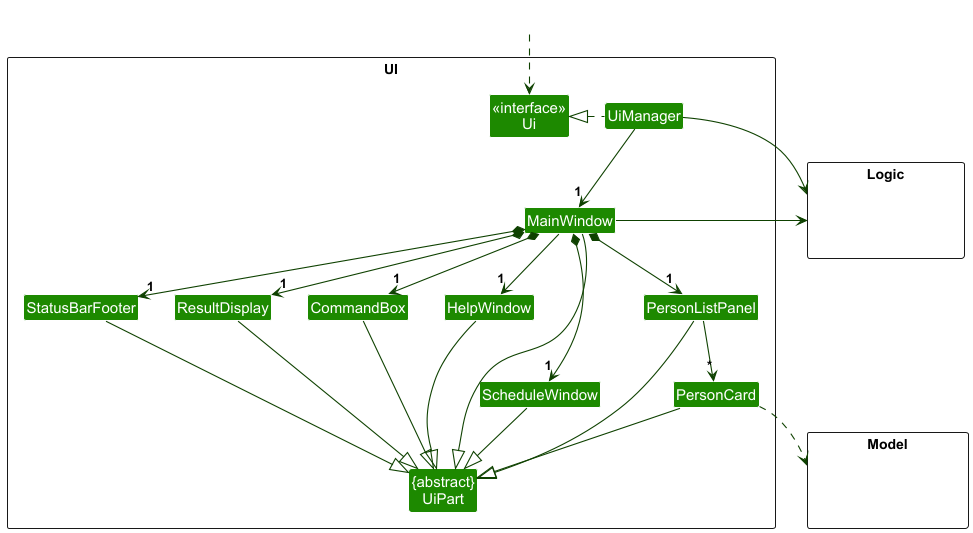
Before: docs/images/UiClassDiagram.png, a diagram exported from PlantUML (AY2526S1-CS2103T-T14-1/tp). Its diagram source:
```plantuml
@startuml
!include style.puml
skinparam arrowThickness 1.1
skinparam arrowColor UI_COLOR_T4
skinparam classBackgroundColor UI_COLOR

package UI <<Rectangle>>{
Class "<<interface>>\nUi" as Ui
Class "{abstract}\nUiPart" as UiPart
Class UiManager
Class MainWindow
Class HelpWindow
Class ScheduleWindow
Class ResultDisplay
Class PersonListPanel
Class PersonCard
Class StatusBarFooter
Class CommandBox
}

package Model <<Rectangle>> {
Class HiddenModel #FFFFFF
}

package Logic <<Rectangle>> {
Class HiddenLogic #FFFFFF
}

Class HiddenOutside #FFFFFF
HiddenOutside ..> Ui

UiManager .left.|> Ui
UiManager -down-> "1" MainWindow
MainWindow *-down->  "1" CommandBox
MainWindow *-down-> "1" ResultDisplay
MainWindow *-down-> "1" PersonListPanel
MainWindow *-down-> "1" StatusBarFooter
MainWindow *-down-> "1" ScheduleWindow
MainWindow --> "1" HelpWindow

PersonListPanel -down-> "*" PersonCard

MainWindow -left-|> UiPart

ResultDisplay --|> UiPart
CommandBox --|> UiPart
PersonListPanel --|> UiPart
PersonCard --|> UiPart
StatusBarFooter --|> UiPart
HelpWindow --|> UiPart
ScheduleWindow --|> UiPart

PersonCard ..> Model
UiManager -right-> Logic
MainWindow -left-> Logic

PersonListPanel -[hidden]left- HelpWindow
HelpWindow -[hidden]left- CommandBox
CommandBox -[hidden]left- ResultDisplay
ResultDisplay -[hidden]left- StatusBarFooter

MainWindow -[hidden]-|> UiPart
@enduml
```
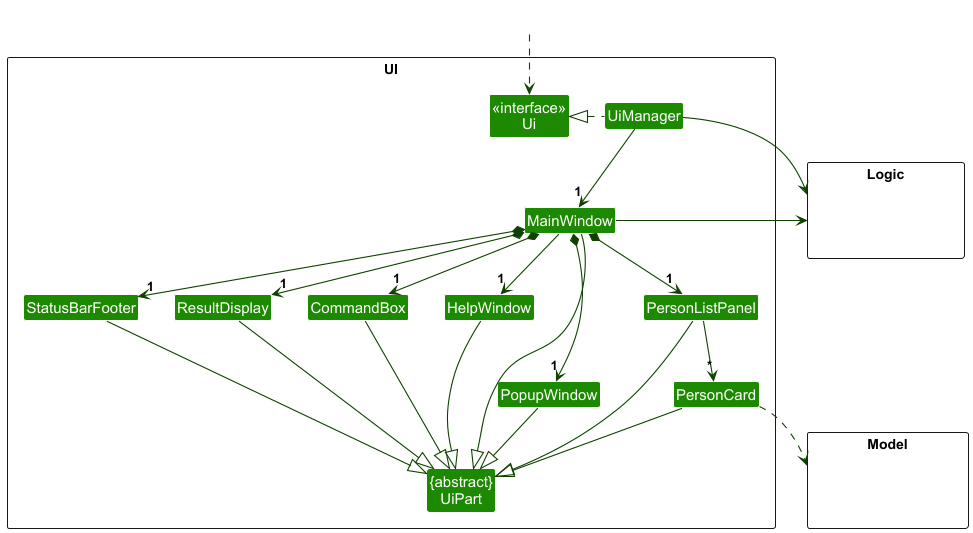
After the change.

What changed in the source:
```diff
@@ -10,7 +10,7 @@
 Class UiManager
 Class MainWindow
 Class HelpWindow
-Class ScheduleWindow
+Class PopupWindow
 Class ResultDisplay
 Class PersonListPanel
 Class PersonCard
@@ -35,7 +35,7 @@
 MainWindow *-down-> "1" ResultDisplay
 MainWindow *-down-> "1" PersonListPanel
 MainWindow *-down-> "1" StatusBarFooter
-MainWindow *-down-> "1" ScheduleWindow
+MainWindow *-down-> "1" PopupWindow
 MainWindow --> "1" HelpWindow
 
 PersonListPanel -down-> "*" PersonCard
@@ -48,7 +48,7 @@
 PersonCard --|> UiPart
 StatusBarFooter --|> UiPart
 HelpWindow --|> UiPart
-ScheduleWindow --|> UiPart
+PopupWindow --|> UiPart
 
 PersonCard ..> Model
 UiManager -right-> Logic
```
